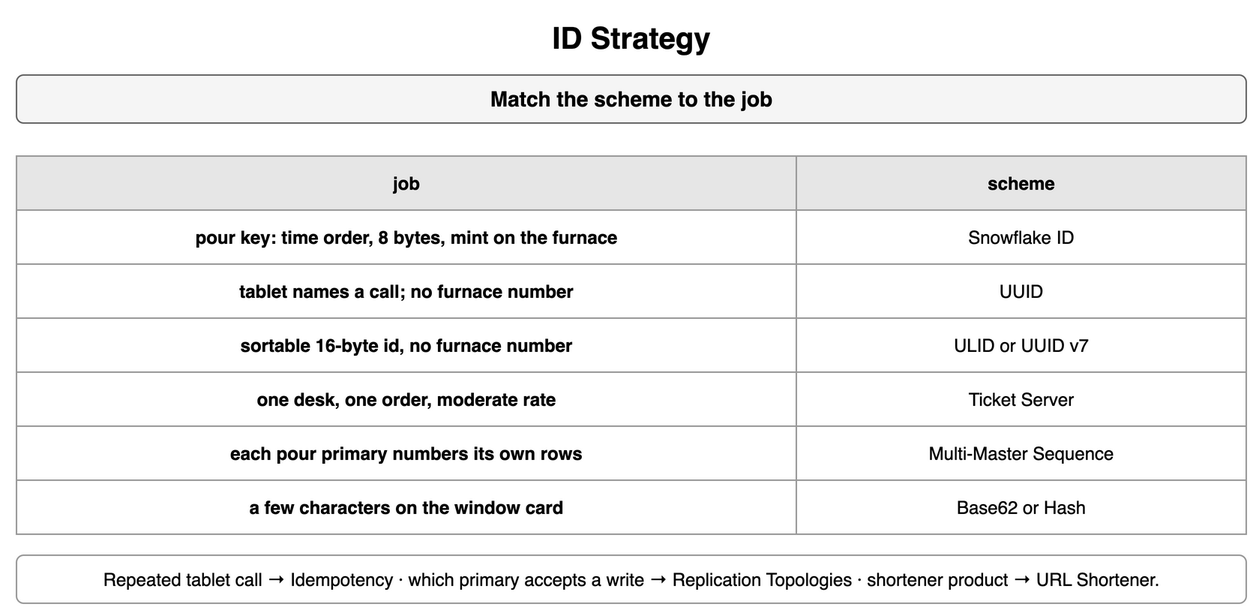
Above: content/09_System_Design_Interview/19_Unique_ID_Generation/diagrams/unique-id-8-id-strategy.png in amendez13/swe-study-guide (draw.io), before the change. Source tidied: cells renumbered, new cells last; positions are measured from the earlier drawing's top-left corner, leaving out a move shared by most shapes.
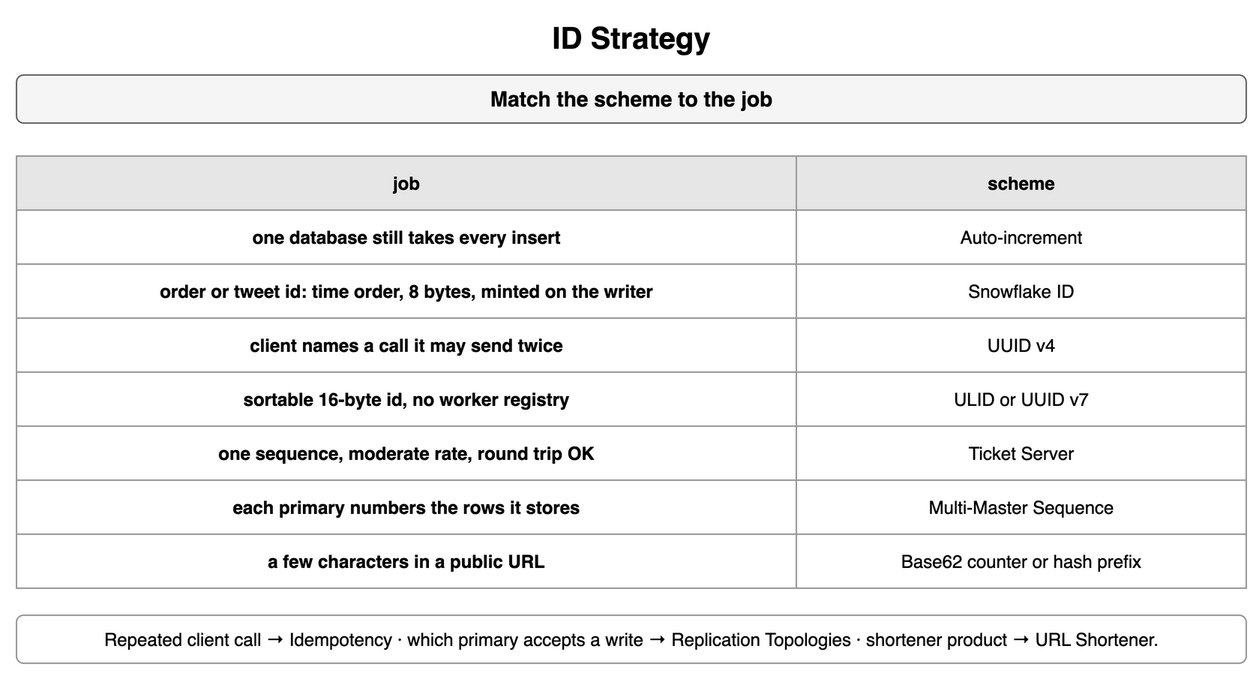
The same diagram one commit later.

The edit, as a diff of the source:
```diff
@@ -14,44 +14,50 @@
     <mxCell id="5" value="scheme" style="whiteSpace=wrap;html=1;fillColor=#e6e6e6;strokeColor=#999999;fontStyle=1;fontSize=12;" parent="1" vertex="1">
       <mxGeometry x="520" y="94" width="300" height="36" as="geometry" />
     </mxCell>
-    <mxCell id="6" value="pour key: time order, 8 bytes, mint on the furnace" style="whiteSpace=wrap;html=1;strokeColor=#999999;fontSize=12;fillColor=#ffffff;fontStyle=1;" parent="1" vertex="1">
+    <mxCell id="6" value="one database still takes every insert" style="whiteSpace=wrap;html=1;strokeColor=#999999;fontSize=12;fillColor=#ffffff;fontStyle=1;" parent="1" vertex="1">
       <mxGeometry y="130" width="520" height="36" as="geometry" />
     </mxCell>
-    <mxCell id="7" value="Snowflake ID" style="whiteSpace=wrap;html=1;strokeColor=#999999;fontSize=12;fillColor=#ffffff;" parent="1" vertex="1">
+    <mxCell id="7" value="Auto-increment" style="whiteSpace=wrap;html=1;strokeColor=#999999;fontSize=12;fillColor=#ffffff;" parent="1" vertex="1">
       <mxGeometry x="520" y="130" width="300" height="36" as="geometry" />
     </mxCell>
-    <mxCell id="8" value="tablet names a call; no furnace number" style="whiteSpace=wrap;html=1;strokeColor=#999999;fontSize=12;fillColor=#ffffff;fontStyle=1;" parent="1" vertex="1">
+    <mxCell id="8" value="order or tweet id: time order, 8 bytes, minted on the writer" style="whiteSpace=wrap;html=1;strokeColor=#999999;fontSize=12;fillColor=#ffffff;fontStyle=1;" parent="1" vertex="1">
       <mxGeometry y="166" width="520" height="36" as="geometry" />
     </mxCell>
-    <mxCell id="9" value="UUID" style="whiteSpace=wrap;html=1;strokeColor=#999999;fontSize=12;fillColor=#ffffff;" parent="1" vertex="1">
+    <mxCell id="9" value="Snowflake ID" style="whiteSpace=wrap;html=1;strokeColor=#999999;fontSize=12;fillColor=#ffffff;" parent="1" vertex="1">
       <mxGeometry x="520" y="166" width="300" height="36" as="geometry" />
     </mxCell>
-    <mxCell id="10" value="sortable 16-byte id, no furnace number" style="whiteSpace=wrap;html=1;strokeColor=#999999;fontSize=12;fillColor=#ffffff;fontStyle=1;" parent="1" vertex="1">
+    <mxCell id="10" value="client names a call it may send twice" style="whiteSpace=wrap;html=1;strokeColor=#999999;fontSize=12;fillColor=#ffffff;fontStyle=1;" parent="1" vertex="1">
       <mxGeometry y="202" width="520" height="36" as="geometry" />
     </mxCell>
-    <mxCell id="11" value="ULID or UUID v7" style="whiteSpace=wrap;html=1;strokeColor=#999999;fontSize=12;fillColor=#ffffff;" parent="1" vertex="1">
+    <mxCell id="11" value="UUID v4" style="whiteSpace=wrap;html=1;strokeColor=#999999;fontSize=12;fillColor=#ffffff;" parent="1" vertex="1">
       <mxGeometry x="520" y="202" width="300" height="36" as="geometry" />
     </mxCell>
-    <mxCell id="12" value="one desk, one order, moderate rate" style="whiteSpace=wrap;html=1;strokeColor=#999999;fontSize=12;fillColor=#ffffff;fontStyle=1;" parent="1" vertex="1">
+    <mxCell id="12" value="sortable 16-byte id, no worker registry" style="whiteSpace=wrap;html=1;strokeColor=#999999;fontSize=12;fillColor=#ffffff;fontStyle=1;" parent="1" vertex="1">
       <mxGeometry y="238" width="520" height="36" as="geometry" />
     </mxCell>
-    <mxCell id="13" value="Ticket Server" style="whiteSpace=wrap;html=1;strokeColor=#999999;fontSize=12;fillColor=#ffffff;" parent="1" vertex="1">
+    <mxCell id="13" value="ULID or UUID v7" style="whiteSpace=wrap;html=1;strokeColor=#999999;fontSize=12;fillColor=#ffffff;" parent="1" vertex="1">
       <mxGeometry x="520" y="238" width="300" height="36" as="geometry" />
     </mxCell>
-    <mxCell id="14" value="each pour primary numbers its own rows" style="whiteSpace=wrap;html=1;strokeColor=#999999;fontSize=12;fillColor=#ffffff;fontStyle=1;" parent="1" vertex="1">
+    <mxCell id="14" value="one sequence, moderate rate, round trip OK" style="whiteSpace=wrap;html=1;strokeColor=#999999;fontSize=12;fillColor=#ffffff;fontStyle=1;" parent="1" vertex="1">
       <mxGeometry y="274" width="520" height="36" as="geometry" />
     </mxCell>
-    <mxCell id="15" value="Multi-Master Sequence" style="whiteSpace=wrap;html=1;strokeColor=#999999;fontSize=12;fillColor=#ffffff;" parent="1" vertex="1">
+    <mxCell id="15" value="Ticket Server" style="whiteSpace=wrap;html=1;strokeColor=#999999;fontSize=12;fillColor=#ffffff;" parent="1" vertex="1">
       <mxGeometry x="520" y="274" width="300" height="36" as="geometry" />
     </mxCell>
-    <mxCell id="16" value="a few characters on the window card" style="whiteSpace=wrap;html=1;strokeColor=#999999;fontSize=12;fillColor=#ffffff;fontStyle=1;" parent="1" vertex="1">
+    <mxCell id="16" value="each primary numbers the rows it stores" style="whiteSpace=wrap;html=1;strokeColor=#999999;fontSize=12;fillColor=#ffffff;fontStyle=1;" parent="1" vertex="1">
       <mxGeometry y="310" width="520" height="36" as="geometry" />
     </mxCell>
-    <mxCell id="17" value="Base62 or Hash" style="whiteSpace=wrap;html=1;strokeColor=#999999;fontSize=12;fillColor=#ffffff;" parent="1" vertex="1">
+    <mxCell id="17" value="Multi-Master Sequence" style="whiteSpace=wrap;html=1;strokeColor=#999999;fontSize=12;fillColor=#ffffff;" parent="1" vertex="1">
       <mxGeometry x="520" y="310" width="300" height="36" as="geometry" />
     </mxCell>
-    <mxCell id="18" value="Repeated tablet call → Idempotency · which primary accepts a write → Replication Topologies · shortener product → URL Shortener." style="rounded=1;whiteSpace=wrap;html=1;fillColor=#ffffff;strokeColor=#999999;fontSize=12;align=center;" parent="1" vertex="1">
-      <mxGeometry y="360" width="820" height="32" as="geometry" />
+    <mxCell id="18" value="a few characters in a public URL" style="whiteSpace=wrap;html=1;strokeColor=#999999;fontSize=12;fillColor=#ffffff;fontStyle=1;" parent="1" vertex="1">
+      <mxGeometry y="346" width="520" height="36" as="geometry" />
     </mxCell>
+    <mxCell id="19" value="Base62 counter or hash prefix" style="whiteSpace=wrap;html=1;strokeColor=#999999;fontSize=12;fillColor=#ffffff;" parent="1" vertex="1">
+      <mxGeometry x="520" y="346" width="300" height="36" as="geometry" />
+    </mxCell>
+    <mxCell id="20" value="Repeated client call → Idempotency · which primary accepts a write → Replication Topologies · shortener product → URL Shortener." style="rounded=1;whiteSpace=wrap;html=1;fillColor=#ffffff;strokeColor=#999999;fontSize=12;align=center;" parent="1" vertex="1">
+      <mxGeometry y="400" width="820" height="32" as="geometry" />
+    </mxCell>
   </root>
 </mxGraphModel>
```
